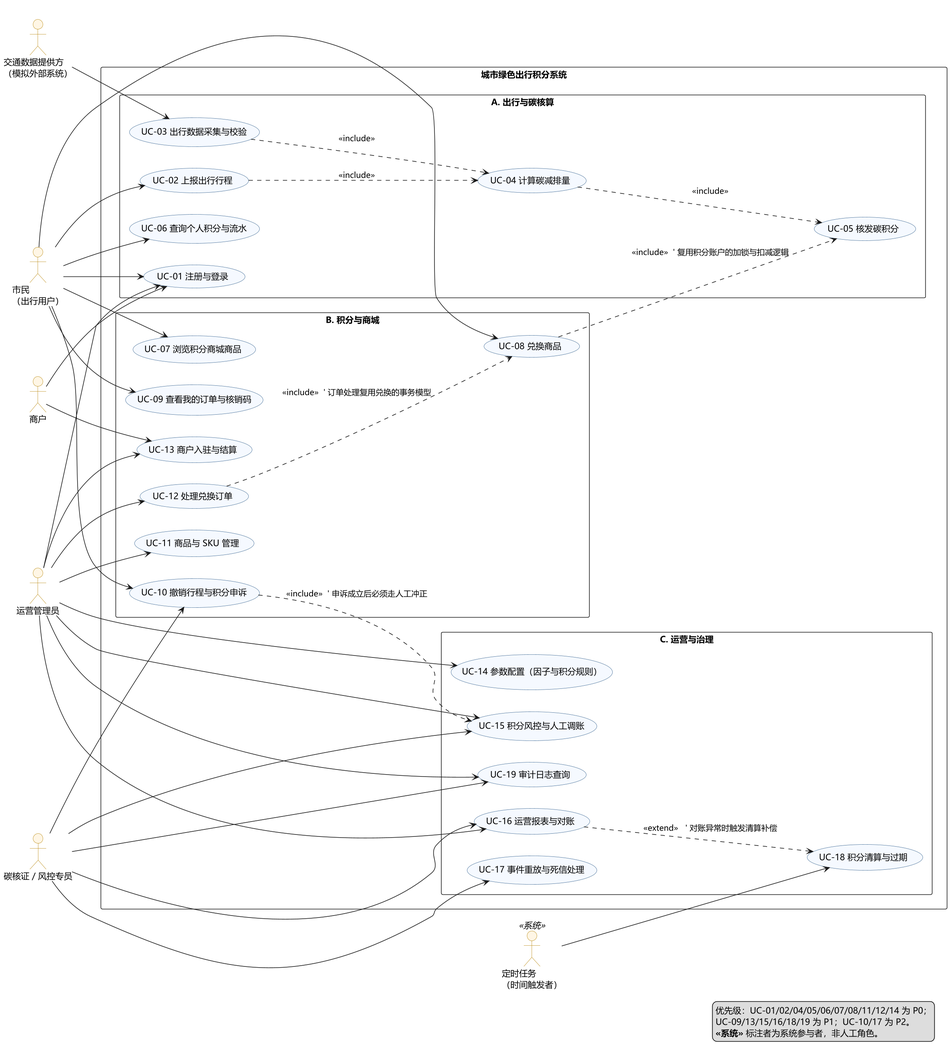
The PlantUML diagram docs/uml/out/图1-1 城市绿色出行积分系统 用例图.png in chiyan11/green-travel-points, before a commit.
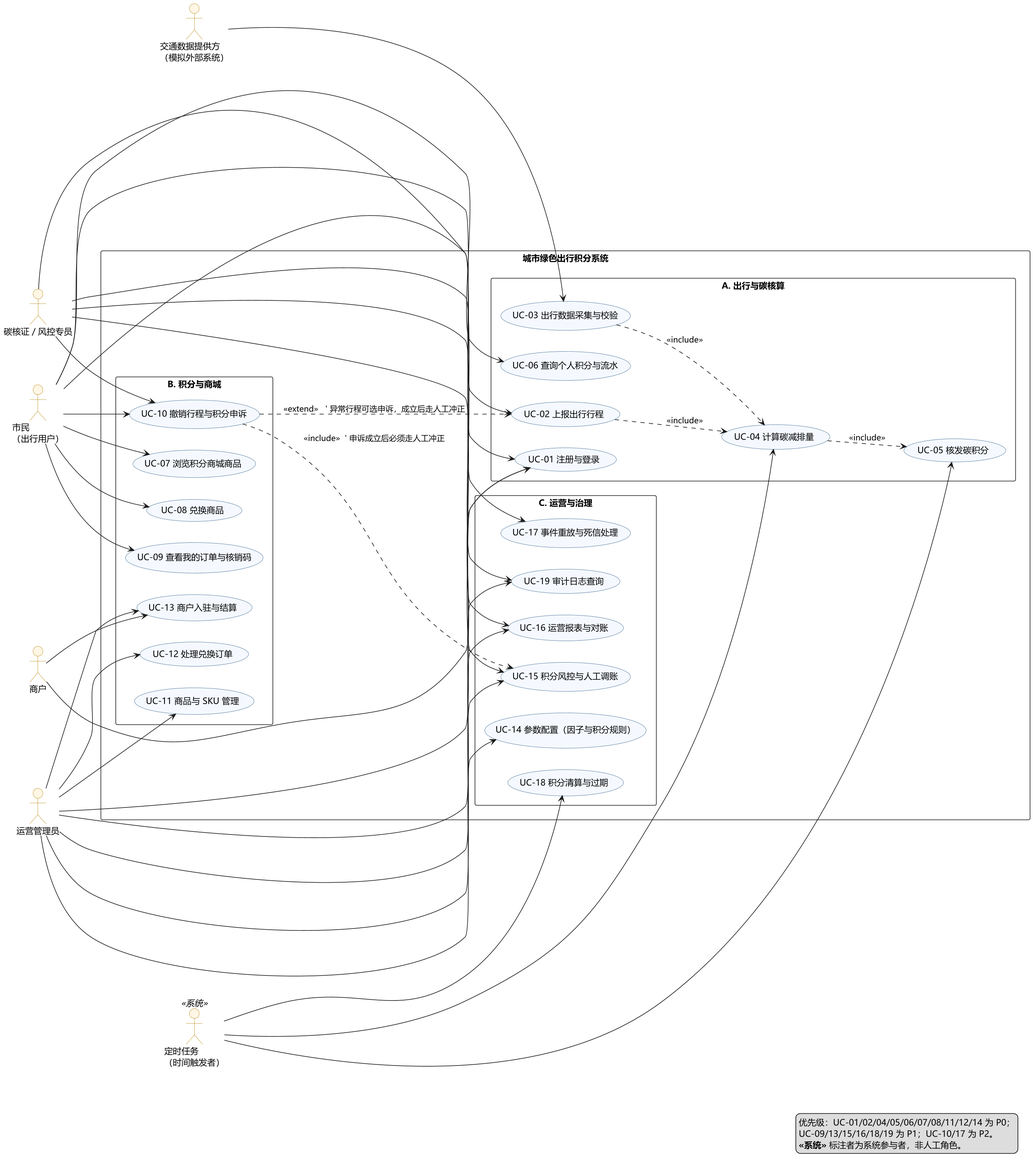
Later version of the same file.

What changed in the source:
```diff
@@ -80,15 +80,15 @@
 R4 --> UC19
 
 R5 --> UC03
+R6 --> UC04
+R6 --> UC05
 R6 --> UC18
 
 UC02 ..> UC04 : <<include>>
 UC03 ..> UC04 : <<include>>
 UC04 ..> UC05 : <<include>>
-UC08 ..> UC05 : <<include>>  ' 复用积分账户的加锁与扣减逻辑
+UC10 ..> UC02 : <<extend>>   ' 异常行程可选申诉，成立后走人工冲正
 UC10 ..> UC15 : <<include>>  ' 申诉成立后必须走人工冲正
-UC12 ..> UC08 : <<include>>  ' 订单处理复用兑换的事务模型
-UC16 ..> UC18 : <<extend>>   ' 对账异常时触发清算补偿
 
 
 legend right
```
